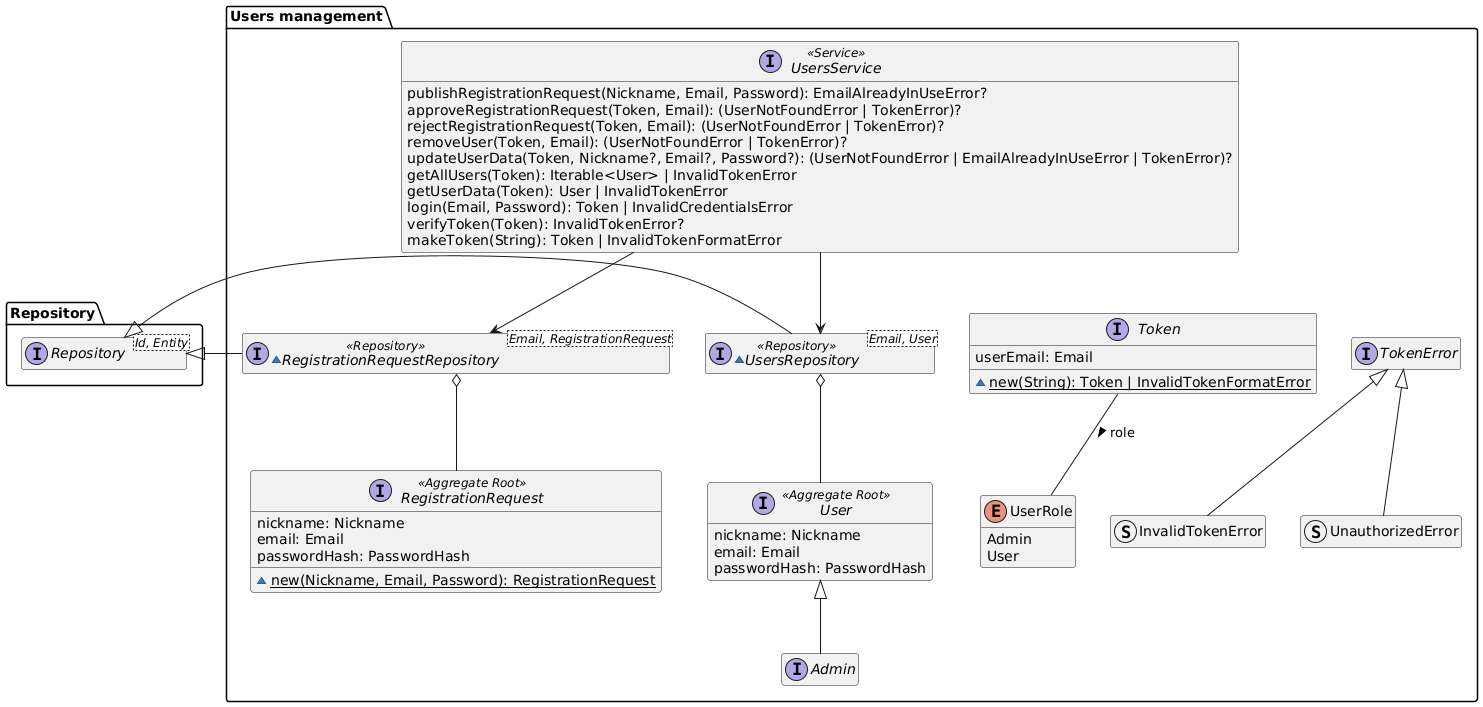
The PlantUML diagram diagrams/generated/users-management-domain-model.png in DomoticASW/.github, before a commit.
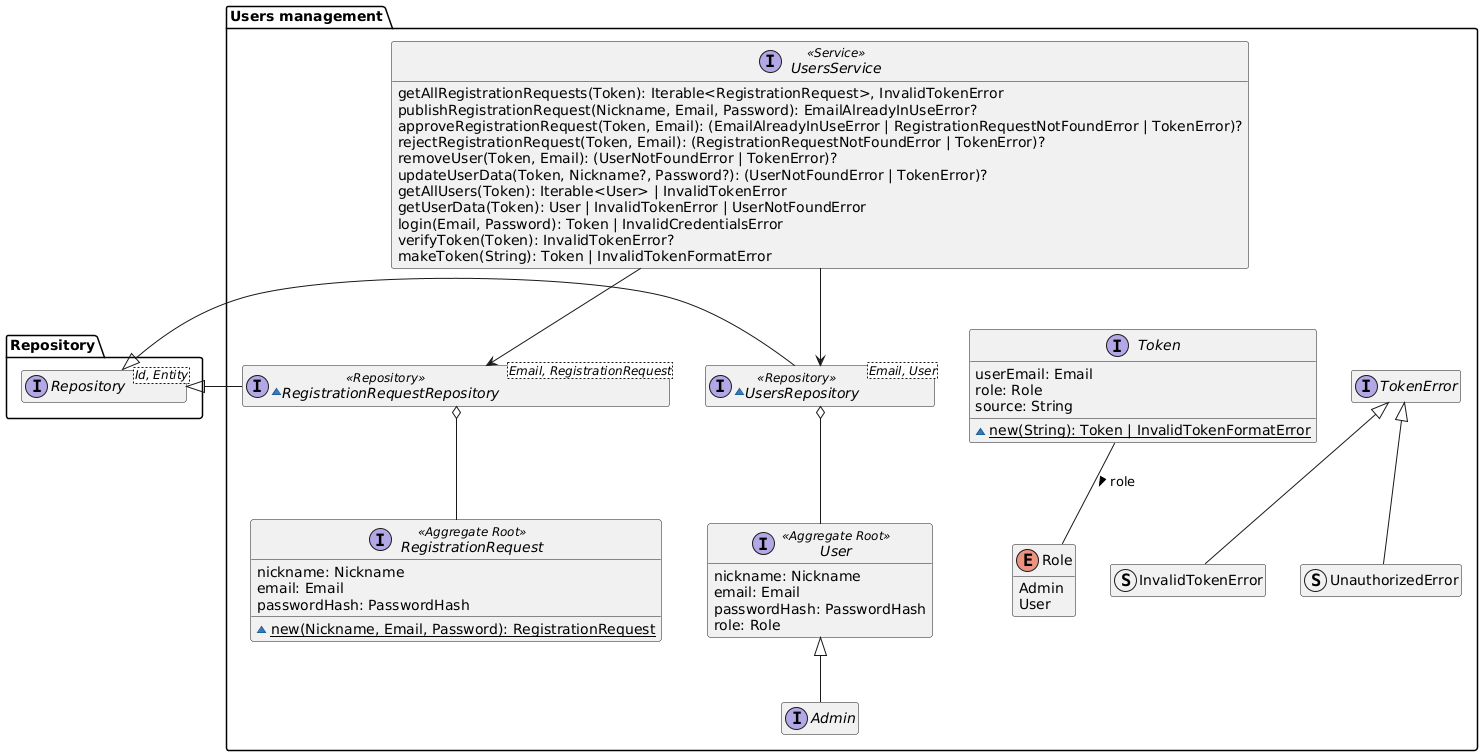
After the change.

Commit message:
refactor: update users management diagram

The edit, as a diff of the source:
```diff
@@ -10,6 +10,7 @@
         nickname: Nickname
         email: Email
         passwordHash: PasswordHash
+        role: Role
     }
     interface Admin extends User
 
@@ -22,22 +23,25 @@
 
     interface Token {
         userEmail: Email
+        role: Role
+        source: String
         ~{static} new(String): Token | InvalidTokenFormatError
     }
-    enum UserRole {
+    enum Role {
         Admin
         User
     }
-    Token -- UserRole : "role >"
+    Token -- Role : "role >"
 
     interface UsersService <<Service>> {
+        getAllRegistrationRequests(Token): Iterable<RegistrationRequest>, InvalidTokenError
         publishRegistrationRequest(Nickname, Email, Password): EmailAlreadyInUseError?
-        approveRegistrationRequest(Token, Email): (UserNotFoundError | TokenError)?
-        rejectRegistrationRequest(Token, Email): (UserNotFoundError | TokenError)?
+        approveRegistrationRequest(Token, Email): (EmailAlreadyInUseError | RegistrationRequestNotFoundError | TokenError)?
+        rejectRegistrationRequest(Token, Email): (RegistrationRequestNotFoundError | TokenError)?
         removeUser(Token, Email): (UserNotFoundError | TokenError)?
-        updateUserData(Token, Nickname?, Email?, Password?): (UserNotFoundError | EmailAlreadyInUseError | TokenError)?
+        updateUserData(Token, Nickname?, Password?): (UserNotFoundError | TokenError)?
         getAllUsers(Token): Iterable<User> | InvalidTokenError
-        getUserData(Token): User | InvalidTokenError
+        getUserData(Token): User | InvalidTokenError | UserNotFoundError
         login(Email, Password): Token | InvalidCredentialsError
         verifyToken(Token): InvalidTokenError?
         makeToken(String): Token | InvalidTokenFormatError
```
